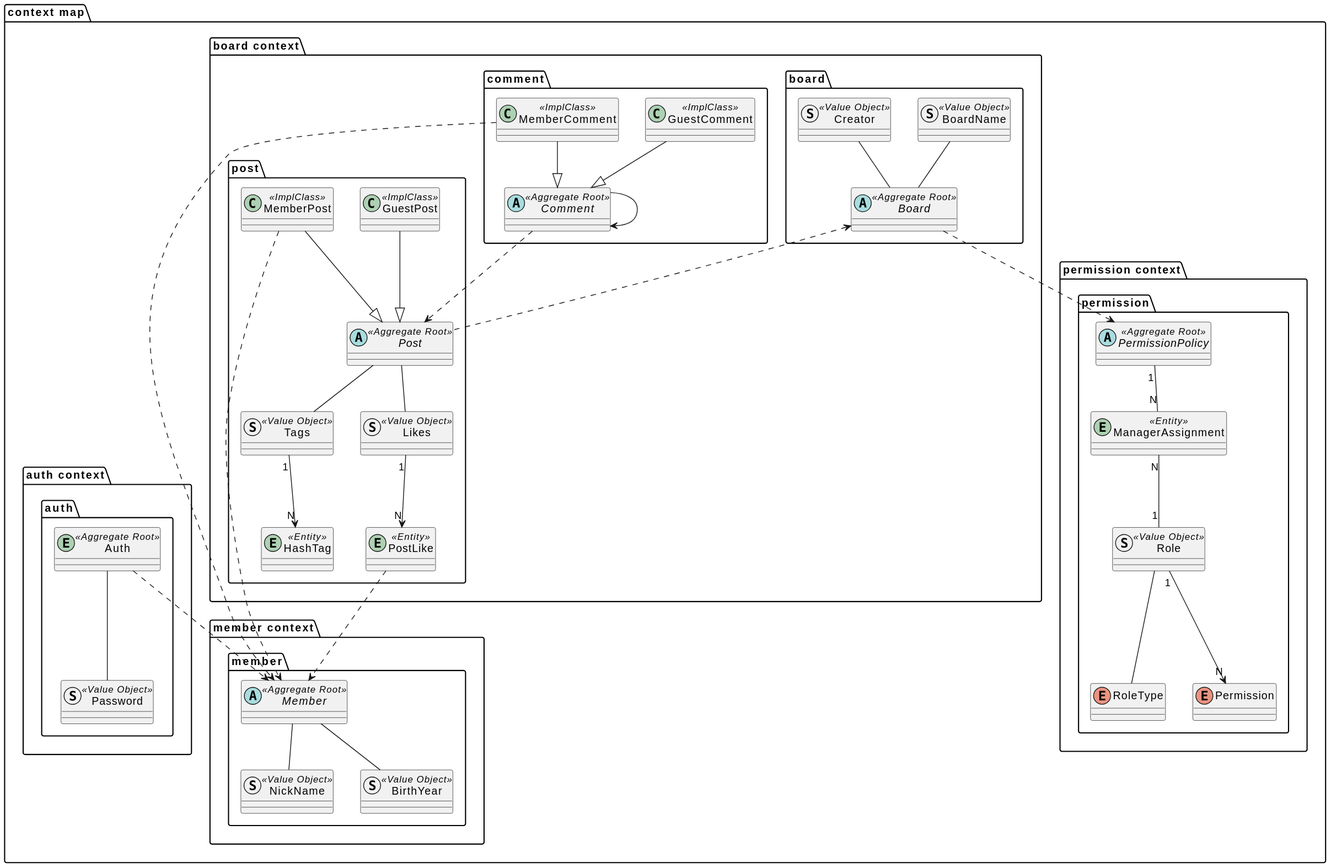
The PlantUML diagram document/puml/domain/boundedContextMap.svg in SimpleBoardTeam/server-hyunchang, before a commit.
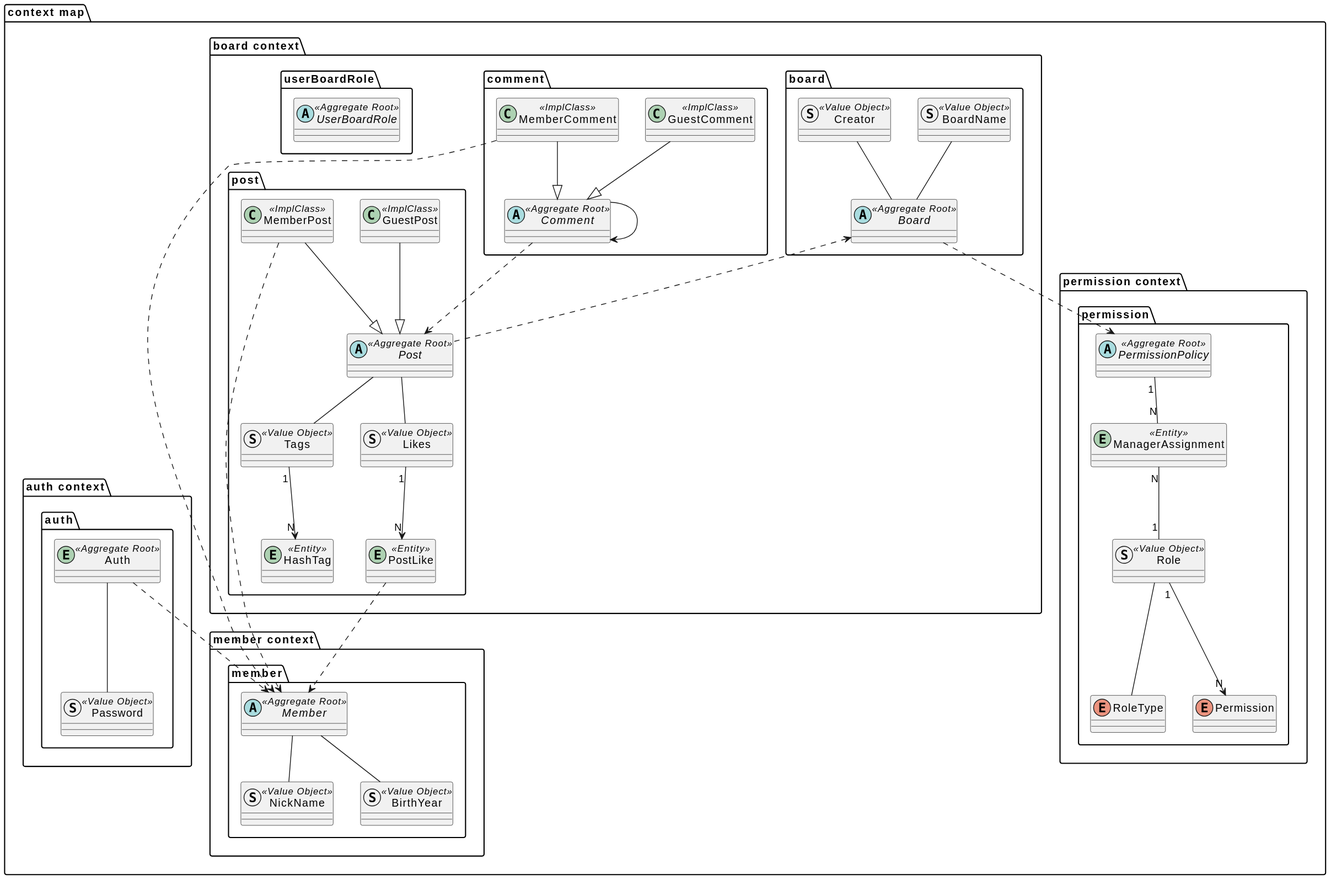
After the change.

What changed in the source:
```diff
@@ -39,6 +39,11 @@
             class GuestComment <<ImplClass>>{
             }
             class MemberComment <<ImplClass>>{
+            }
+        }
+
+        package "userBoardRole"{
+            abstract UserBoardRole <<Aggregate Root>>{
             }
         }
 
@@ -98,6 +103,7 @@
         }
     }
 
+
     Board <.. Post
 
     MemberPost ..> Member
```
